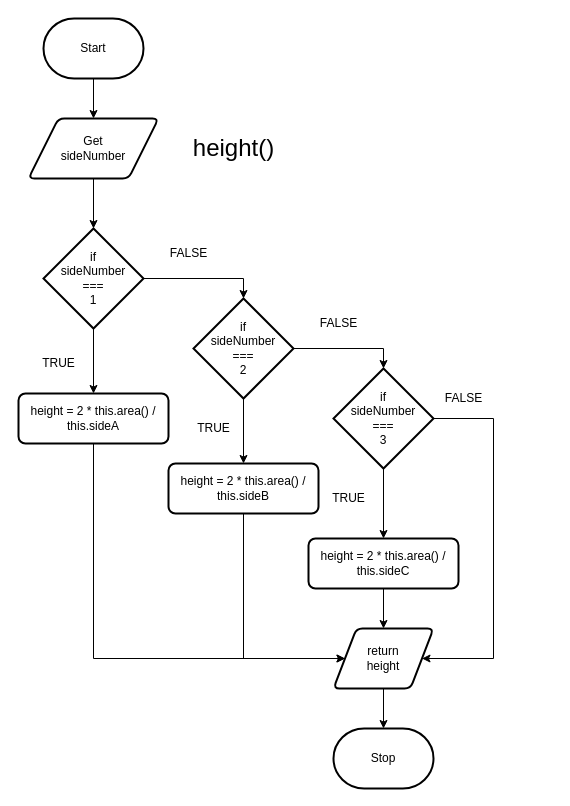
The draw.io diagram height.drawio in AndiCucka/Assignment-3, before the edit. Source tidied: cells renumbered, new cells numbered last; positions are measured from the earlier drawing's top-left corner, leaving out a move shared by most shapes. Both pictures are drawn from the tidied source at 100%, with x=0, y=0 at pixel (18, 18).
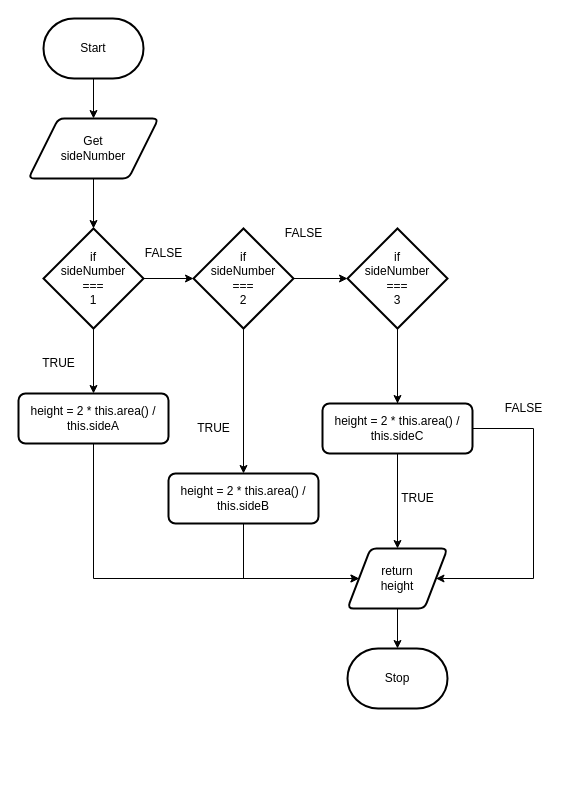
After the change.

Unchanged cells that the change refers to:
```xml
<mxCell id="9" value="if&lt;br&gt;sideNumber&lt;br&gt;===&lt;br&gt;1" style="strokeWidth=2;html=1;shape=mxgraph.flowchart.decision;whiteSpace=wrap;" parent="1" vertex="1">
  <mxGeometry x="25" y="210" width="100" height="100" as="geometry" />
</mxCell>
<mxCell id="17" value="height = 2 * this.area() / this.sideA" style="rounded=1;whiteSpace=wrap;html=1;absoluteArcSize=1;arcSize=14;strokeWidth=2;" parent="1" vertex="1">
  <mxGeometry y="375" width="150" height="50" as="geometry" />
</mxCell>
```

Diff of the diagram source:
```diff
@@
     <mxCell id="4" value="Stop" style="strokeWidth=2;html=1;shape=mxgraph.flowchart.terminator;whiteSpace=wrap;" parent="1" vertex="1">
-      <mxGeometry x="315" y="710" width="100" height="60" as="geometry" />
+      <mxGeometry x="329" y="630" width="100" height="60" as="geometry" />
     </mxCell>
@@
+    <mxCell id="8" style="edgeStyle=orthogonalEdgeStyle;rounded=0;html=1;entryX=0.5;entryY=0;entryDx=0;entryDy=0;" parent="1" edge="1" source="9" target="17">
+      <mxGeometry relative="1" as="geometry" />
+    </mxCell>
-    <mxCell id="7" style="edgeStyle=orthogonalEdgeStyle;rounded=0;html=1;entryX=0.5;entryY=0;entryDx=0;entryDy=0;entryPerimeter=0;" parent="1" edge="1" source="9" target="12">
+    <mxCell id="7" style="edgeStyle=none;html=1;entryX=0;entryY=0.5;entryDx=0;entryDy=0;entryPerimeter=0;" parent="1" edge="1" source="9" target="12">
       <mxGeometry relative="1" as="geometry" />
     </mxCell>
-    <mxCell id="8" style="edgeStyle=orthogonalEdgeStyle;rounded=0;html=1;entryX=0.5;entryY=0;entryDx=0;entryDy=0;" parent="1" edge="1" source="9" target="17">
-      <mxGeometry relative="1" as="geometry" />
-    </mxCell>
@@
+    <mxCell id="11" style="edgeStyle=orthogonalEdgeStyle;rounded=0;html=1;entryX=0.5;entryY=0;entryDx=0;entryDy=0;" parent="1" edge="1" source="12" target="19">
+      <mxGeometry relative="1" as="geometry" />
+    </mxCell>
-    <mxCell id="10" style="edgeStyle=orthogonalEdgeStyle;rounded=0;html=1;entryX=0.5;entryY=0;entryDx=0;entryDy=0;entryPerimeter=0;" parent="1" edge="1" source="12" target="15">
+    <mxCell id="10" style="edgeStyle=none;html=1;entryX=0;entryY=0.5;entryDx=0;entryDy=0;entryPerimeter=0;" parent="1" edge="1" source="12" target="15">
       <mxGeometry relative="1" as="geometry" />
     </mxCell>
-    <mxCell id="11" style="edgeStyle=orthogonalEdgeStyle;rounded=0;html=1;entryX=0.5;entryY=0;entryDx=0;entryDy=0;" parent="1" edge="1" source="12" target="19">
-      <mxGeometry relative="1" as="geometry" />
-    </mxCell>
     <mxCell id="12" value="if&lt;br&gt;sideNumber&lt;br&gt;===&lt;br&gt;2" style="strokeWidth=2;html=1;shape=mxgraph.flowchart.decision;whiteSpace=wrap;" parent="1" vertex="1">
-      <mxGeometry x="175" y="280" width="100" height="100" as="geometry" />
+      <mxGeometry x="175" y="210" width="100" height="100" as="geometry" />
     </mxCell>
@@
     <mxCell id="14" style="edgeStyle=orthogonalEdgeStyle;rounded=0;html=1;entryX=1;entryY=0.5;entryDx=0;entryDy=0;" parent="1" edge="1" source="15" target="23">
       <mxGeometry relative="1" as="geometry">
         <Array as="points">
-          <mxPoint x="475" y="400" />
-          <mxPoint x="475" y="640" />
+          <mxPoint x="379" y="410" />
+          <mxPoint x="515" y="410" />
+          <mxPoint x="515" y="560" />
         </Array>
       </mxGeometry>
     </mxCell>
     <mxCell id="15" value="if&lt;br&gt;sideNumber&lt;br&gt;===&lt;br&gt;3" style="strokeWidth=2;html=1;shape=mxgraph.flowchart.decision;whiteSpace=wrap;" parent="1" vertex="1">
-      <mxGeometry x="315" y="350" width="100" height="100" as="geometry" />
+      <mxGeometry x="329" y="210" width="100" height="100" as="geometry" />
     </mxCell>
     <mxCell id="16" style="edgeStyle=orthogonalEdgeStyle;rounded=0;html=1;entryX=0;entryY=0.5;entryDx=0;entryDy=0;" parent="1" edge="1" source="17" target="23">
       <mxGeometry relative="1" as="geometry">
         <Array as="points">
-          <mxPoint x="75" y="640" />
+          <mxPoint x="75" y="560" />
         </Array>
       </mxGeometry>
     </mxCell>
@@
     <mxCell id="18" style="edgeStyle=orthogonalEdgeStyle;rounded=0;html=1;entryX=0;entryY=0.5;entryDx=0;entryDy=0;" parent="1" edge="1" source="19" target="23">
       <mxGeometry relative="1" as="geometry">
         <Array as="points">
-          <mxPoint x="225" y="640" />
+          <mxPoint x="225" y="560" />
         </Array>
       </mxGeometry>
     </mxCell>
     <mxCell id="19" value="height = 2 * this.area() / this.sideB" style="rounded=1;whiteSpace=wrap;html=1;absoluteArcSize=1;arcSize=14;strokeWidth=2;" parent="1" vertex="1">
-      <mxGeometry x="150" y="445" width="150" height="50" as="geometry" />
+      <mxGeometry x="150" y="455" width="150" height="50" as="geometry" />
     </mxCell>
@@
     <mxCell id="21" value="height = 2 * this.area() / this.sideC" style="rounded=1;whiteSpace=wrap;html=1;absoluteArcSize=1;arcSize=14;strokeWidth=2;" parent="1" vertex="1">
-      <mxGeometry x="290" y="520" width="150" height="50" as="geometry" />
+      <mxGeometry x="304" y="385" width="150" height="50" as="geometry" />
     </mxCell>
@@
     <mxCell id="23" value="return&lt;br&gt;height" style="shape=parallelogram;html=1;strokeWidth=2;perimeter=parallelogramPerimeter;whiteSpace=wrap;rounded=1;arcSize=12;size=0.23;" parent="1" vertex="1">
-      <mxGeometry x="315" y="610" width="100" height="60" as="geometry" />
+      <mxGeometry x="329" y="530" width="100" height="60" as="geometry" />
     </mxCell>
@@
     <mxCell id="26" value="TRUE" style="text;html=1;align=center;verticalAlign=middle;strokeColor=none;fillColor=none;" parent="1" vertex="1">
-      <mxGeometry x="300" y="465" width="60" height="30" as="geometry" />
+      <mxGeometry x="369" y="465" width="60" height="30" as="geometry" />
     </mxCell>
     <mxCell id="27" value="FALSE" style="text;html=1;align=center;verticalAlign=middle;strokeColor=none;fillColor=none;" parent="1" vertex="1">
-      <mxGeometry x="140" y="220" width="60" height="30" as="geometry" />
+      <mxGeometry x="115" y="220" width="60" height="30" as="geometry" />
     </mxCell>
     <mxCell id="28" value="FALSE" style="text;html=1;align=center;verticalAlign=middle;strokeColor=none;fillColor=none;" parent="1" vertex="1">
-      <mxGeometry x="290" y="290" width="60" height="30" as="geometry" />
+      <mxGeometry x="255" y="200" width="60" height="30" as="geometry" />
     </mxCell>
     <mxCell id="29" value="FALSE" style="text;html=1;align=center;verticalAlign=middle;strokeColor=none;fillColor=none;" parent="1" vertex="1">
-      <mxGeometry x="415" y="365" width="60" height="30" as="geometry" />
+      <mxGeometry x="475" y="375" width="60" height="30" as="geometry" />
     </mxCell>
-    <mxCell id="30" value="&lt;font style=&quot;font-size: 24px;&quot;&gt;height()&lt;/font&gt;" style="text;html=1;align=center;verticalAlign=middle;strokeColor=none;fillColor=none;" parent="1" vertex="1">
-      <mxGeometry x="165" y="110" width="100" height="40" as="geometry" />
-    </mxCell>
```
